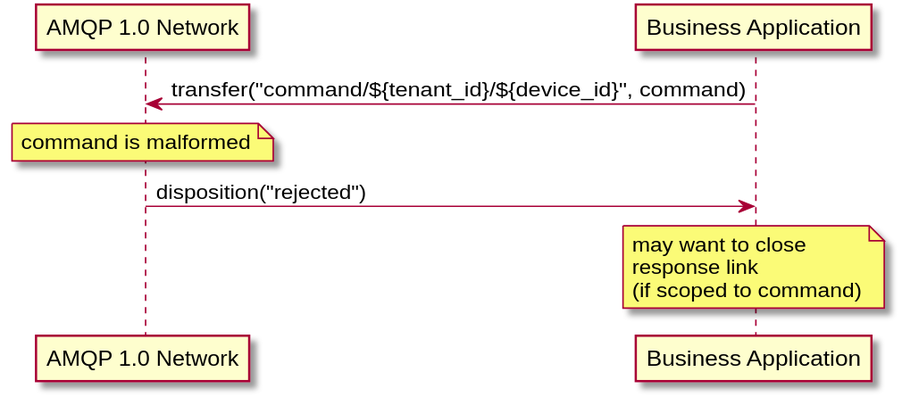
This is site/documentation/content/api/command_control_malformed_message.svg from eclipse-hono/hono, a PlantUML export, as it was before one commit.
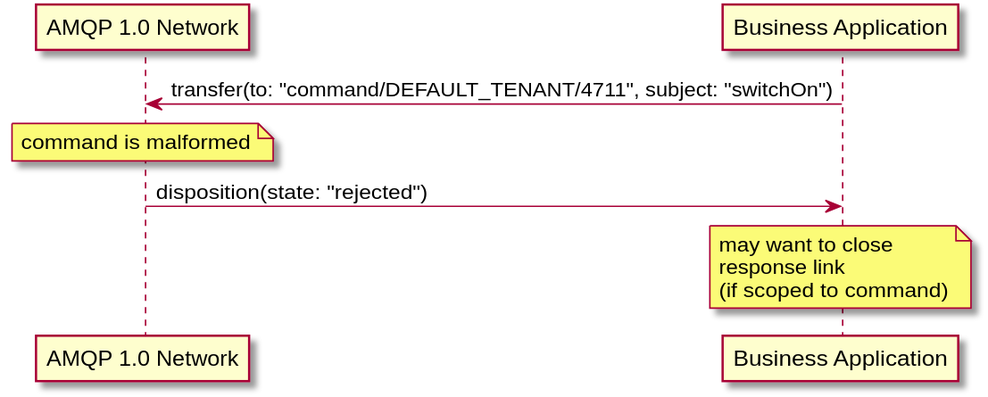
Later version of the same file.

Diff of the diagram source:
```diff
@@ -4,11 +4,11 @@
 participant "AMQP 1.0 Network"
 participant "Business Application"
 
-"Business Application" -> "AMQP 1.0 Network": transfer("command/${tenant_id}/${device_id}", command)
+"Business Application" -> "AMQP 1.0 Network": transfer(to: "command/DEFAULT_TENANT/4711", subject: "switchOn")
 note over "AMQP 1.0 Network"
 command is malformed
 end note
-"AMQP 1.0 Network" -> "Business Application": disposition("rejected")
+"AMQP 1.0 Network" -> "Business Application": disposition(state: "rejected")
 
 note over "Business Application"
 may want to close
```
